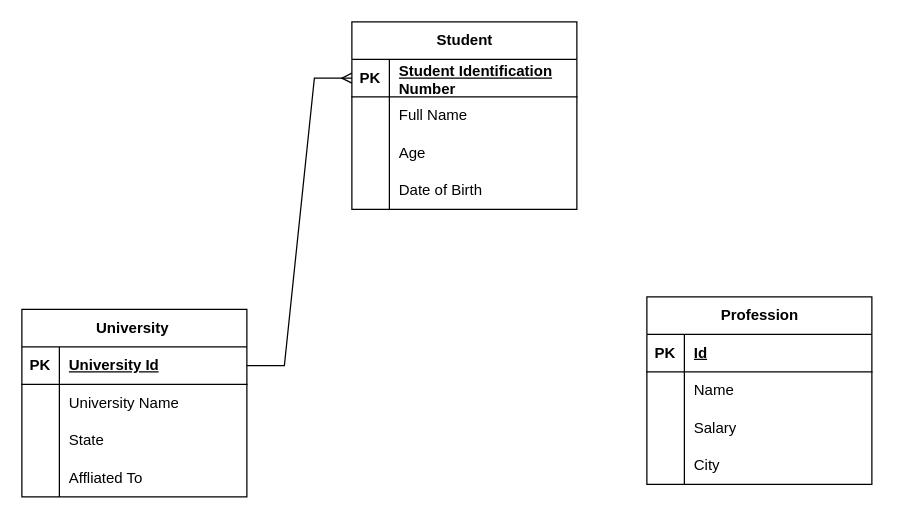
Before: Untitled Diagram.drawio in pavanmanideep/BlogSamples, a draw.io diagram. Source tidied: cells renumbered, new cells numbered last; positions are measured from the earlier drawing's top-left corner, leaving out a move shared by most shapes. Both pictures are drawn from the tidied source at 125%, with x=0, y=0 at pixel (21, 21).
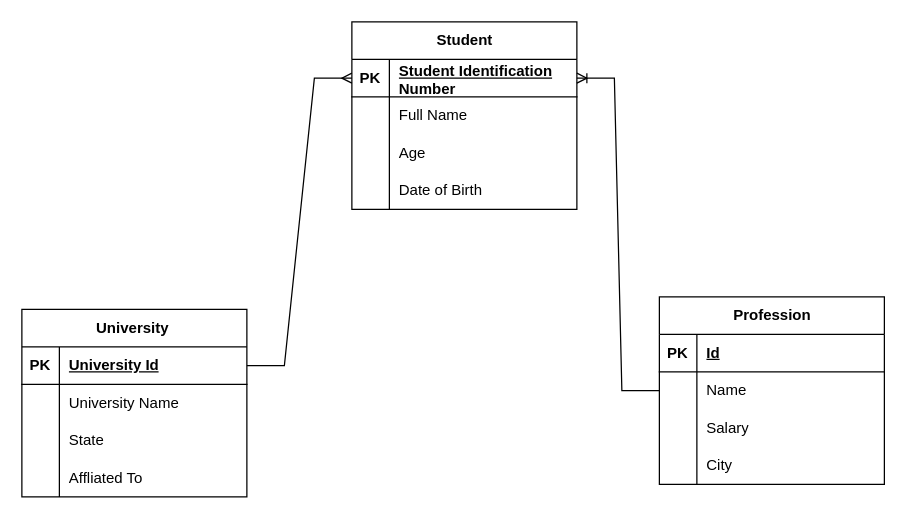
The same page after the edit.

Unchanged cells that the change refers to:
```xml
<mxCell id="3" style="shape=tableRow;horizontal=0;startSize=0;swimlaneHead=0;swimlaneBody=0;fillColor=none;points=[[0,0.5],[1,0.5]];portConstraint=eastwest;top=0;left=0;right=0;bottom=1;" parent="2" vertex="1">
  <mxGeometry y="30" width="180" height="30" as="geometry" />
</mxCell>
```

The edit, as a diff of the source:
```diff
@@
     <mxCell id="28" value="Profession" style="shape=table;startSize=30;childLayout=tableLayout;rowLines=0;fontStyle=1;align=center;html=1;" parent="1" vertex="1">
-      <mxGeometry x="500" y="220" width="180" height="150" as="geometry" />
+      <mxGeometry x="510" y="220" width="180" height="150" as="geometry" />
     </mxCell>
@@
+    <mxCell id="42" style="edgeStyle=entityRelationEdgeStyle;fontSize=12;html=1;endArrow=ERoneToMany;rounded=0;entryX=1;entryY=0.5;entryDx=0;entryDy=0;" parent="1" edge="1" source="28" target="3">
+      <mxGeometry relative="1" as="geometry">
+        <Array as="points">
+          <mxPoint x="390" y="50" />
+          <mxPoint x="480" y="130" />
+        </Array>
+      </mxGeometry>
+    </mxCell>
```
